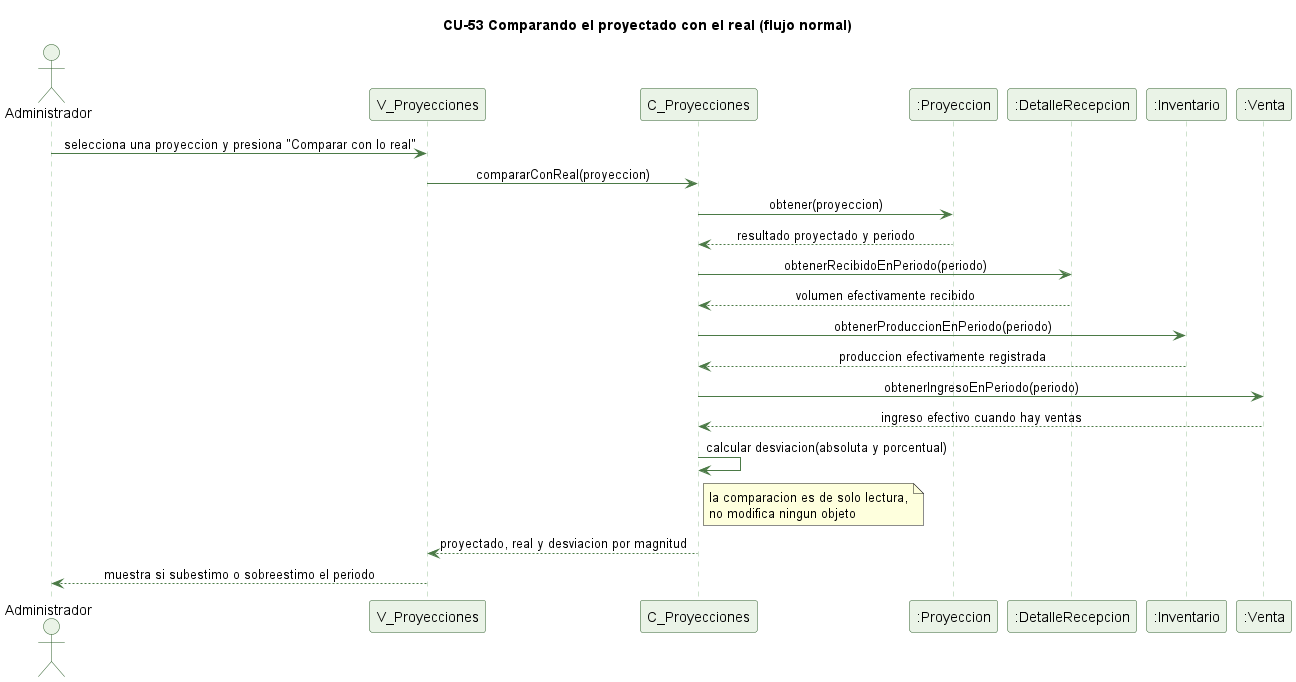
kenjikaese/Triverde keeps this PlantUML diagram as docs/trabajo-grupal/diagramas/secuencias/cu53-comparar-real-normal.png. Above is the earlier version.
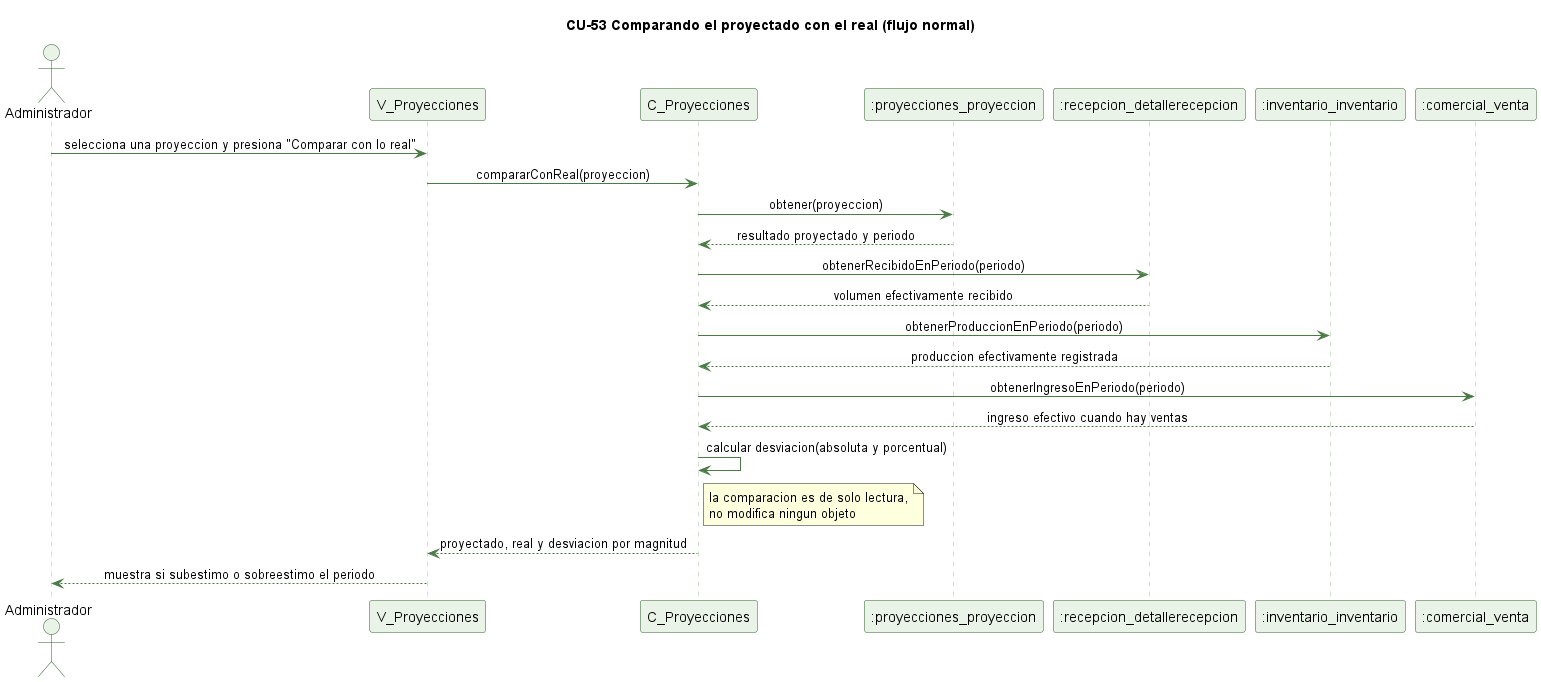
Above is the later version.

What changed in the source:
```diff
@@ -15,10 +15,10 @@
 actor Administrador
 participant "V_Proyecciones" as V
 participant "C_Proyecciones" as C
-participant ":Proyeccion" as P
-participant ":DetalleRecepcion" as DR
-participant ":Inventario" as I
-participant ":Venta" as VT
+participant ":proyecciones_proyeccion" as P
+participant ":recepcion_detallerecepcion" as DR
+participant ":inventario_inventario" as I
+participant ":comercial_venta" as VT
 
 Administrador -> V : selecciona una proyeccion y presiona "Comparar con lo real"
 V -> C : compararConReal(proyeccion)
```
